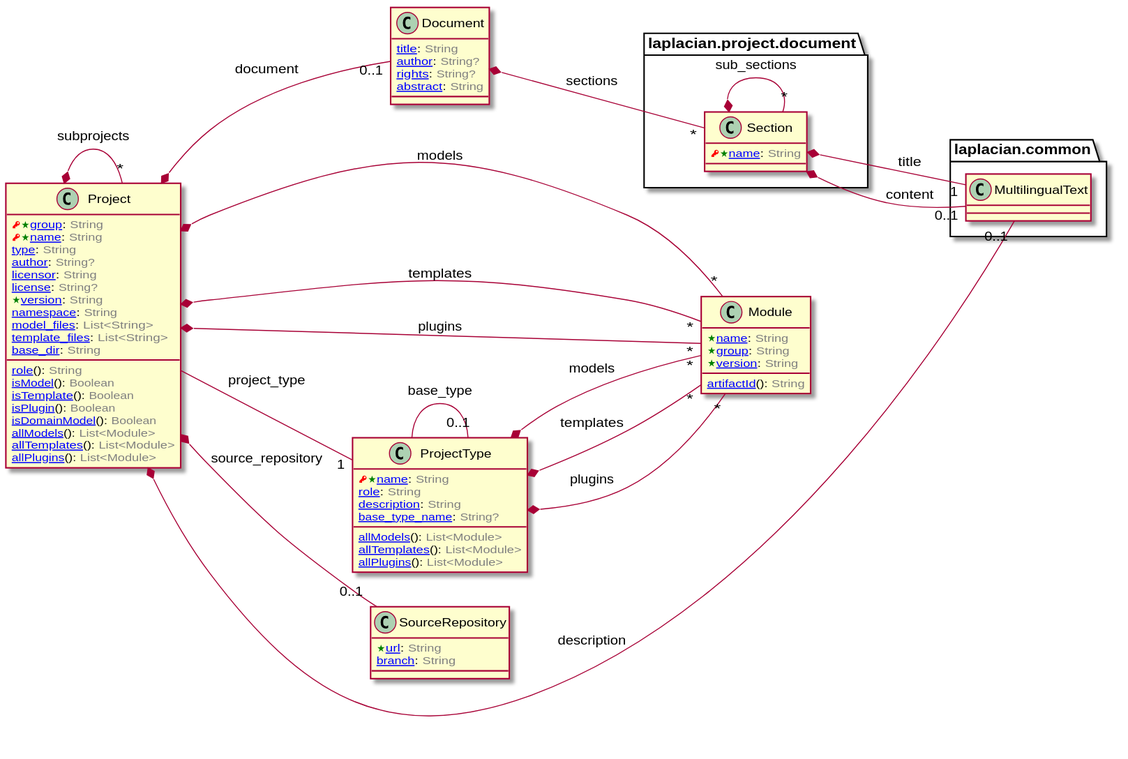
Earlier version of the PlantUML export doc/image/model-diagram.svg (laplacian-core/project.domain-model).
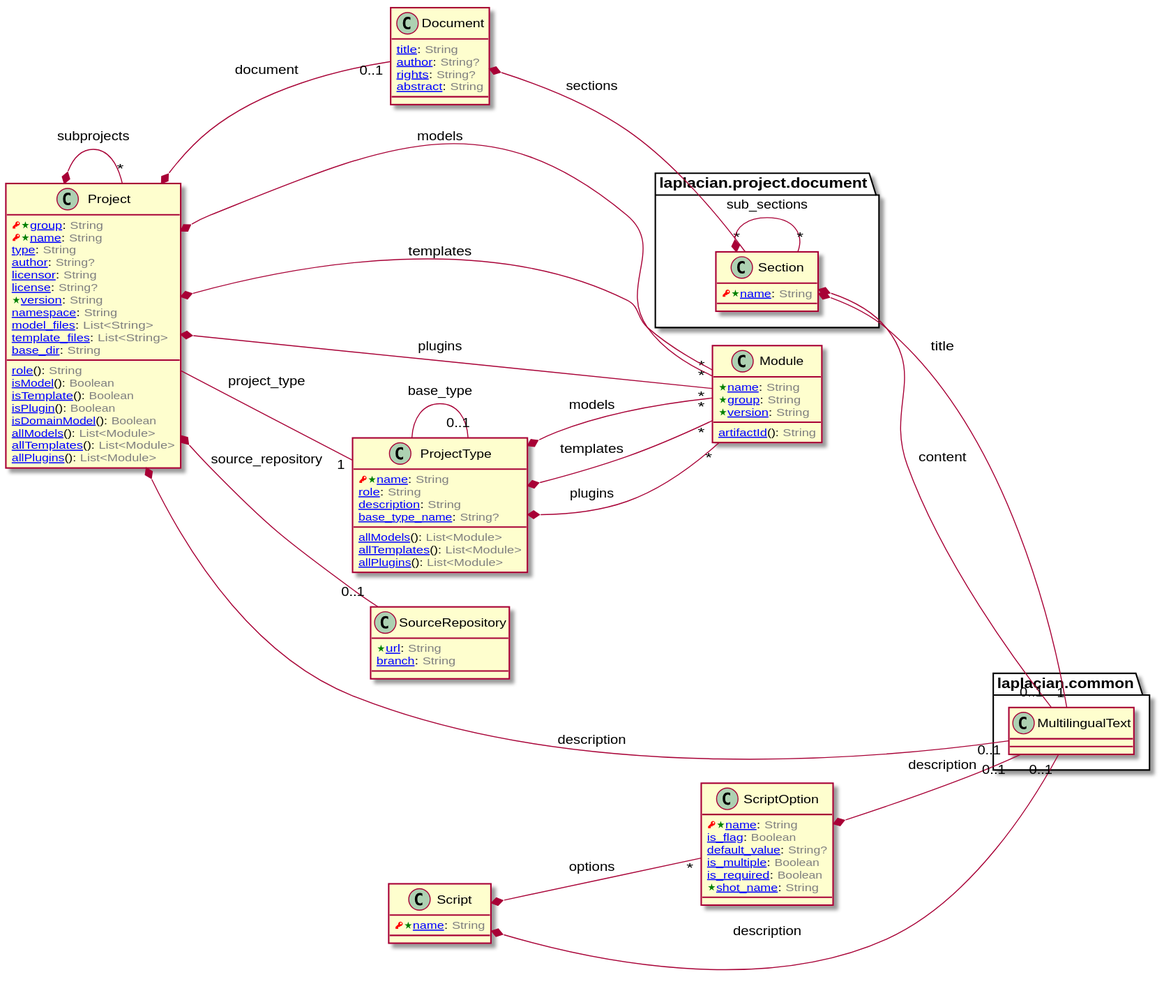
After the change.

What changed in the source:
```diff
@@ -199,6 +199,56 @@
 
 
 
+class Script [[/blob/master/doc/entities/Script.md]] {
+  <color:RED><&key></color><color:Green><&star></color>[[/blob/master/doc/entities/Script.md#name-string name]]: <color:GRAY>String</color>
+}
+
+
+
+
+
+package laplacian.common {
+  class MultilingualText {
+  }
+}
+
+
+Script *-- "0..1" MultilingualText : description
+
+
+
+
+
+
+Script *-- "*" ScriptOption : options
+
+
+
+
+class ScriptOption [[/blob/master/doc/entities/ScriptOption.md]] {
+  <color:RED><&key></color><color:Green><&star></color>[[/blob/master/doc/entities/ScriptOption.md#name-string name]]: <color:GRAY>String</color>
+  [[/blob/master/doc/entities/ScriptOption.md#is_flag-boolean is_flag]]: <color:GRAY>Boolean</color>
+  [[/blob/master/doc/entities/ScriptOption.md#default_value-string default_value]]: <color:GRAY>String?</color>
+  [[/blob/master/doc/entities/ScriptOption.md#is_multiple-boolean is_multiple]]: <color:GRAY>Boolean</color>
+  [[/blob/master/doc/entities/ScriptOption.md#is_required-boolean is_required]]: <color:GRAY>Boolean</color>
+  <color:Green><&star></color>[[/blob/master/doc/entities/ScriptOption.md#shot_name-string shot_name]]: <color:GRAY>String</color>
+}
+
+
+
+
+
+package laplacian.common {
+  class MultilingualText {
+  }
+}
+
+
+ScriptOption *-- "0..1" MultilingualText : description
+
+
+
+
 class SourceRepository [[/blob/master/doc/entities/SourceRepository.md]] {
   <color:Green><&star></color>[[/blob/master/doc/entities/SourceRepository.md#url-string url]]: <color:GRAY>String</color>
   [[/blob/master/doc/entities/SourceRepository.md#branch-string branch]]: <color:GRAY>String</color>
```
